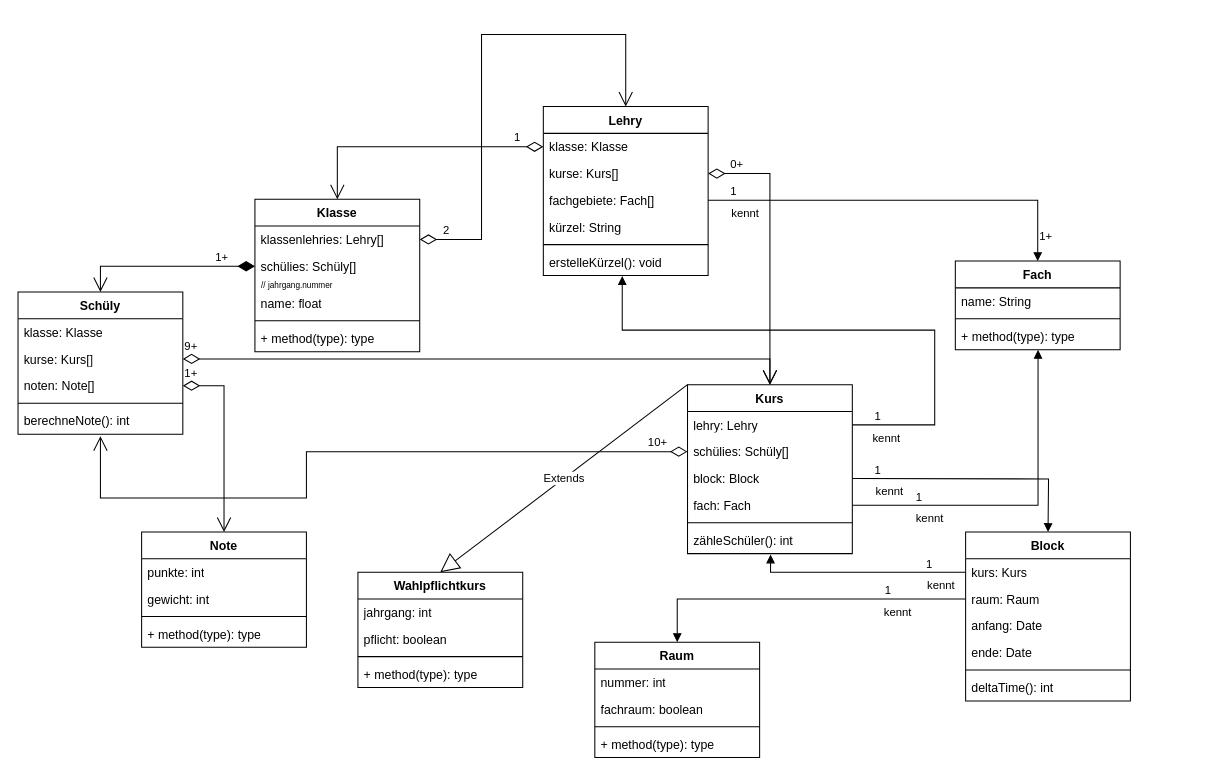
Before: InfoLK.drawio in CookieCenter/draw, a draw.io diagram. Source tidied: cells renumbered, new cells numbered last; positions are measured from the earlier drawing's top-left corner, leaving out a move shared by most shapes. Both pictures are drawn from the tidied source at 103%, with x=0, y=0 at pixel (18, 34).
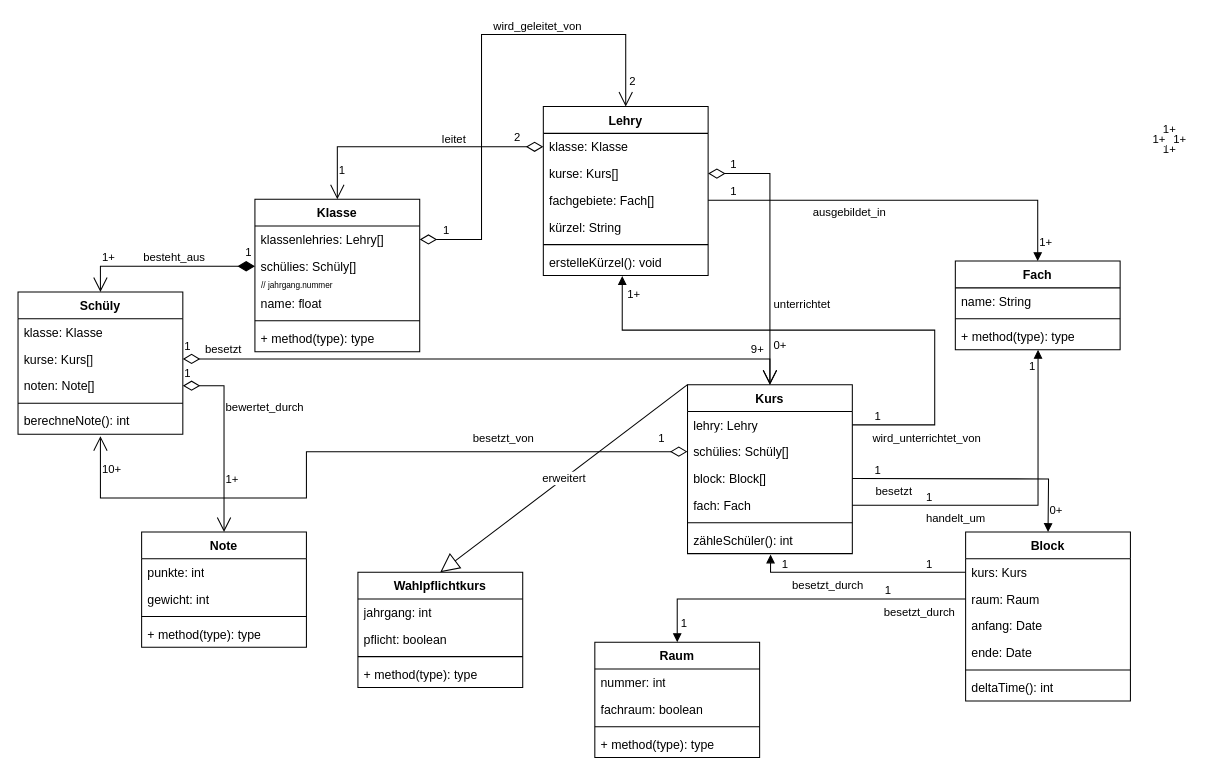
Above is the later version.

Unchanged cells that the change refers to:
```xml
<mxCell id="2" value="Schüly" style="swimlane;fontStyle=1;align=center;verticalAlign=top;horizontal=1;startSize=26;whiteSpace=wrap;html=1;" parent="1" vertex="1">
  <mxGeometry y="250" width="160" height="138" as="geometry" />
</mxCell>
<mxCell id="4" value="kurse: Kurs[]" style="text;strokeColor=none;fillColor=none;align=left;verticalAlign=top;spacingLeft=4;spacingRight=4;overflow=hidden;points=[[0,0.5],[1,0.5]];portConstraint=eastwest;whiteSpace=wrap;html=1;" parent="2" vertex="1">
  <mxGeometry y="52" width="160" height="26" as="geometry" />
</mxCell>
<mxCell id="5" value="noten: Note[]" style="text;strokeColor=none;fillColor=none;align=left;verticalAlign=top;spacingLeft=4;spacingRight=4;overflow=hidden;points=[[0,0.5],[1,0.5]];portConstraint=eastwest;whiteSpace=wrap;html=1;" parent="2" vertex="1">
  <mxGeometry y="78" width="160" height="26" as="geometry" />
</mxCell>
<mxCell id="7" value="berechneNote(): int" style="text;strokeColor=none;fillColor=none;align=left;verticalAlign=top;spacingLeft=4;spacingRight=4;overflow=hidden;points=[[0,0.5],[1,0.5]];portConstraint=eastwest;whiteSpace=wrap;html=1;" parent="2" vertex="1">
  <mxGeometry y="112" width="160" height="26" as="geometry" />
</mxCell>
<mxCell id="8" value="Lehry" style="swimlane;fontStyle=1;align=center;verticalAlign=top;horizontal=1;startSize=26;whiteSpace=wrap;html=1;" parent="1" vertex="1">
  <mxGeometry x="510" y="70" width="160" height="164" as="geometry" />
</mxCell>
<mxCell id="9" value="klasse: Klasse" style="text;strokeColor=none;fillColor=none;align=left;verticalAlign=top;spacingLeft=4;spacingRight=4;overflow=hidden;points=[[0,0.5],[1,0.5]];portConstraint=eastwest;whiteSpace=wrap;html=1;" parent="8" vertex="1">
  <mxGeometry y="26" width="160" height="26" as="geometry" />
</mxCell>
<mxCell id="10" value="kurse: Kurs[]" style="text;strokeColor=none;fillColor=none;align=left;verticalAlign=top;spacingLeft=4;spacingRight=4;overflow=hidden;points=[[0,0.5],[1,0.5]];portConstraint=eastwest;whiteSpace=wrap;html=1;" parent="8" vertex="1">
  <mxGeometry y="52" width="160" height="26" as="geometry" />
</mxCell>
<mxCell id="11" value="fachgebiete: Fach[]" style="text;strokeColor=none;fillColor=none;align=left;verticalAlign=top;spacingLeft=4;spacingRight=4;overflow=hidden;points=[[0,0.5],[1,0.5]];portConstraint=eastwest;whiteSpace=wrap;html=1;" parent="8" vertex="1">
  <mxGeometry y="78" width="160" height="26" as="geometry" />
</mxCell>
<mxCell id="14" value="erstelleKürzel(): void" style="text;strokeColor=none;fillColor=none;align=left;verticalAlign=top;spacingLeft=4;spacingRight=4;overflow=hidden;points=[[0,0.5],[1,0.5]];portConstraint=eastwest;whiteSpace=wrap;html=1;" parent="8" vertex="1">
  <mxGeometry y="138" width="160" height="26" as="geometry" />
</mxCell>
<mxCell id="15" value="Kurs" style="swimlane;fontStyle=1;align=center;verticalAlign=top;horizontal=1;startSize=26;whiteSpace=wrap;html=1;" parent="1" vertex="1">
  <mxGeometry x="650" y="340" width="160" height="164" as="geometry" />
</mxCell>
<mxCell id="16" value="&lt;div&gt;lehry: Lehry&lt;/div&gt;" style="text;strokeColor=none;fillColor=none;align=left;verticalAlign=top;spacingLeft=4;spacingRight=4;overflow=hidden;points=[[0,0.5],[1,0.5]];portConstraint=eastwest;whiteSpace=wrap;html=1;" parent="15" vertex="1">
  <mxGeometry y="26" width="160" height="26" as="geometry" />
</mxCell>
<mxCell id="17" value="schülies: Schüly[]" style="text;strokeColor=none;fillColor=none;align=left;verticalAlign=top;spacingLeft=4;spacingRight=4;overflow=hidden;points=[[0,0.5],[1,0.5]];portConstraint=eastwest;whiteSpace=wrap;html=1;" parent="15" vertex="1">
  <mxGeometry y="52" width="160" height="26" as="geometry" />
</mxCell>
<mxCell id="19" value="&lt;div&gt;fach: Fach&lt;/div&gt;&lt;div&gt;&lt;br&gt;&lt;/div&gt;" style="text;strokeColor=none;fillColor=none;align=left;verticalAlign=top;spacingLeft=4;spacingRight=4;overflow=hidden;points=[[0,0.5],[1,0.5]];portConstraint=eastwest;whiteSpace=wrap;html=1;" parent="15" vertex="1">
  <mxGeometry y="104" width="160" height="26" as="geometry" />
</mxCell>
<mxCell id="21" value="zähleSchüler(): int" style="text;strokeColor=none;fillColor=none;align=left;verticalAlign=top;spacingLeft=4;spacingRight=4;overflow=hidden;points=[[0,0.5],[1,0.5]];portConstraint=eastwest;whiteSpace=wrap;html=1;" parent="15" vertex="1">
  <mxGeometry y="138" width="160" height="26" as="geometry" />
</mxCell>
<mxCell id="22" value="Klasse" style="swimlane;fontStyle=1;align=center;verticalAlign=top;horizontal=1;startSize=26;whiteSpace=wrap;html=1;" parent="1" vertex="1">
  <mxGeometry x="230" y="160" width="160" height="148" as="geometry" />
</mxCell>
<mxCell id="23" value="&lt;div&gt;klassenlehries: Lehry[]&lt;/div&gt;&lt;div&gt;&lt;br&gt;&lt;/div&gt;" style="text;strokeColor=none;fillColor=none;align=left;verticalAlign=top;spacingLeft=4;spacingRight=4;overflow=hidden;points=[[0,0.5],[1,0.5]];portConstraint=eastwest;whiteSpace=wrap;html=1;" parent="22" vertex="1">
  <mxGeometry y="26" width="160" height="26" as="geometry" />
</mxCell>
<mxCell id="24" value="schülies: Schüly[]" style="text;strokeColor=none;fillColor=none;align=left;verticalAlign=top;spacingLeft=4;spacingRight=4;overflow=hidden;points=[[0,0.5],[1,0.5]];portConstraint=eastwest;whiteSpace=wrap;html=1;" parent="22" vertex="1">
  <mxGeometry y="52" width="160" height="26" as="geometry" />
</mxCell>
<mxCell id="29" value="Wahlpflichtkurs" style="swimlane;fontStyle=1;align=center;verticalAlign=top;horizontal=1;startSize=26;whiteSpace=wrap;html=1;" parent="1" vertex="1">
  <mxGeometry x="330" y="522" width="160" height="112" as="geometry" />
</mxCell>
<mxCell id="35" value="kurs: Kurs" style="text;strokeColor=none;fillColor=none;align=left;verticalAlign=top;spacingLeft=4;spacingRight=4;overflow=hidden;points=[[0,0.5],[1,0.5]];portConstraint=eastwest;whiteSpace=wrap;html=1;" parent="34" vertex="1">
  <mxGeometry y="26" width="160" height="26" as="geometry" />
</mxCell>
<mxCell id="36" value="raum: Raum" style="text;strokeColor=none;fillColor=none;align=left;verticalAlign=top;spacingLeft=4;spacingRight=4;overflow=hidden;points=[[0,0.5],[1,0.5]];portConstraint=eastwest;whiteSpace=wrap;html=1;" parent="34" vertex="1">
  <mxGeometry y="52" width="160" height="26" as="geometry" />
</mxCell>
<mxCell id="41" value="Raum" style="swimlane;fontStyle=1;align=center;verticalAlign=top;horizontal=1;startSize=26;whiteSpace=wrap;html=1;" parent="1" vertex="1">
  <mxGeometry x="560" y="590" width="160" height="112" as="geometry" />
</mxCell>
<mxCell id="46" value="Note" style="swimlane;fontStyle=1;align=center;verticalAlign=top;horizontal=1;startSize=26;whiteSpace=wrap;html=1;" parent="1" vertex="1">
  <mxGeometry x="120" y="483" width="160" height="112" as="geometry" />
</mxCell>
<mxCell id="60" value="Fach" style="swimlane;fontStyle=1;align=center;verticalAlign=top;horizontal=1;startSize=26;whiteSpace=wrap;html=1;" parent="1" vertex="1">
  <mxGeometry x="910" y="220" width="160" height="86" as="geometry" />
</mxCell>
<mxCell id="63" value="+ method(type): type" style="text;strokeColor=none;fillColor=none;align=left;verticalAlign=top;spacingLeft=4;spacingRight=4;overflow=hidden;points=[[0,0.5],[1,0.5]];portConstraint=eastwest;whiteSpace=wrap;html=1;" parent="60" vertex="1">
  <mxGeometry y="60" width="160" height="26" as="geometry" />
</mxCell>
```

Diff of the diagram source:
```diff
@@
-    <mxCell id="18" value="block: Block" style="text;strokeColor=none;fillColor=none;align=left;verticalAlign=top;spacingLeft=4;spacingRight=4;overflow=hidden;whiteSpace=wrap;html=1;" parent="15" vertex="1">
+    <mxCell id="18" value="block: Block[]" style="text;strokeColor=none;fillColor=none;align=left;verticalAlign=top;spacingLeft=4;spacingRight=4;overflow=hidden;whiteSpace=wrap;html=1;" parent="15" vertex="1">
       <mxGeometry y="78" width="160" height="26" as="geometry" />
     </mxCell>
@@
-    <mxCell id="51" value="0+" style="endArrow=open;html=1;endSize=12;startArrow=diamondThin;startSize=14;startFill=0;edgeStyle=orthogonalEdgeStyle;align=left;verticalAlign=bottom;rounded=0;exitX=1;exitY=0.5;exitDx=0;exitDy=0;" parent="1" edge="1" source="10" target="15">
+    <mxCell id="51" value="1" style="endArrow=open;html=1;endSize=12;startArrow=diamondThin;startSize=14;startFill=0;edgeStyle=orthogonalEdgeStyle;align=left;verticalAlign=bottom;exitX=1;exitY=0.5;exitDx=0;exitDy=0;shadow=0;rounded=0;" parent="1" edge="1" source="10" target="15">
       <mxGeometry x="-0.85" relative="1" as="geometry" />
     </mxCell>
-    <mxCell id="52" value="9+" style="endArrow=open;html=1;endSize=12;startArrow=diamondThin;startSize=14;startFill=0;edgeStyle=orthogonalEdgeStyle;align=left;verticalAlign=bottom;rounded=0;entryX=0.5;entryY=0;entryDx=0;entryDy=0;" parent="1" edge="1" source="4" target="15">
-      <mxGeometry x="-1" y="3" relative="1" as="geometry" />
+    <mxCell id="52" value="9+" style="endArrow=open;html=1;endSize=12;startArrow=diamondThin;startSize=14;startFill=0;edgeStyle=orthogonalEdgeStyle;align=left;verticalAlign=bottom;rounded=0;entryX=0.5;entryY=0;entryDx=0;entryDy=0;strokeColor=default;" parent="1" edge="1" source="4" target="15">
+      <mxGeometry x="0.85" relative="1" as="geometry" />
     </mxCell>
-    <mxCell id="53" value="1+" style="endArrow=open;html=1;endSize=12;startArrow=diamondThin;startSize=14;startFill=0;edgeStyle=orthogonalEdgeStyle;align=left;verticalAlign=bottom;rounded=0;exitX=1;exitY=0.5;exitDx=0;exitDy=0;entryX=0.5;entryY=0;entryDx=0;entryDy=0;" parent="1" edge="1" source="5" target="46">
+    <mxCell id="53" value="1" style="endArrow=open;html=1;endSize=12;startArrow=diamondThin;startSize=14;startFill=0;edgeStyle=orthogonalEdgeStyle;align=left;verticalAlign=bottom;rounded=0;exitX=1;exitY=0.5;exitDx=0;exitDy=0;entryX=0.5;entryY=0;entryDx=0;entryDy=0;" parent="1" edge="1" source="5" target="46">
       <mxGeometry x="-1" y="3" relative="1" as="geometry" />
     </mxCell>
     <mxCell id="54" value="1+" style="endArrow=open;html=1;endSize=12;startArrow=diamondThin;startSize=14;startFill=1;edgeStyle=orthogonalEdgeStyle;align=left;verticalAlign=bottom;rounded=0;exitX=0;exitY=0.5;exitDx=0;exitDy=0;" parent="1" edge="1" source="24" target="2">
-      <mxGeometry x="-0.54" relative="1" as="geometry" />
+      <mxGeometry x="0.71" relative="1" as="geometry" />
     </mxCell>
-    <mxCell id="55" value="Extends" style="endArrow=block;endSize=16;endFill=0;html=1;rounded=0;exitX=0;exitY=0;exitDx=0;exitDy=0;entryX=0.5;entryY=0;entryDx=0;entryDy=0;" parent="1" edge="1" source="15" target="29">
+    <mxCell id="55" value="erweitert" style="endArrow=block;endSize=16;endFill=0;html=1;rounded=0;exitX=0;exitY=0;exitDx=0;exitDy=0;entryX=0.5;entryY=0;entryDx=0;entryDy=0;" parent="1" edge="1" source="15" target="29">
       <mxGeometry relative="1" as="geometry" />
     </mxCell>
-    <mxCell id="56" value="kennt" style="endArrow=block;endFill=1;html=1;edgeStyle=orthogonalEdgeStyle;align=left;verticalAlign=top;rounded=0;exitX=0;exitY=0.5;exitDx=0;exitDy=0;entryX=0.504;entryY=1.033;entryDx=0;entryDy=0;entryPerimeter=0;" parent="1" edge="1" source="35" target="21">
-      <mxGeometry x="-0.62" relative="1" as="geometry" />
+    <mxCell id="56" value="besetzt_durch" style="endArrow=block;endFill=1;html=1;edgeStyle=orthogonalEdgeStyle;align=left;verticalAlign=top;rounded=0;exitX=0;exitY=0.5;exitDx=0;exitDy=0;entryX=0.504;entryY=1.033;entryDx=0;entryDy=0;entryPerimeter=0;" parent="1" edge="1" source="35" target="21">
+      <mxGeometry x="0.65" relative="1" as="geometry" />
     </mxCell>
@@
+    <mxCell id="76" value="1" style="edgeLabel;html=1;align=left;verticalAlign=bottom;spacingBottom=-2;" parent="56" vertex="1">
+      <mxGeometry x="-1" relative="1" as="geometry">
+        <mxPoint x="-180" y="-2" as="offset" />
+      </mxGeometry>
+    </mxCell>
-    <mxCell id="58" value="kennt" style="endArrow=block;endFill=1;html=1;edgeStyle=orthogonalEdgeStyle;align=left;verticalAlign=top;rounded=0;exitX=0;exitY=0.5;exitDx=0;exitDy=0;" parent="1" edge="1" source="36" target="41">
+    <mxCell id="58" value="besetzt_durch" style="endArrow=block;endFill=1;html=1;edgeStyle=orthogonalEdgeStyle;align=left;verticalAlign=top;rounded=0;exitX=0;exitY=0.5;exitDx=0;exitDy=0;" parent="1" edge="1" source="36" target="41">
       <mxGeometry x="-0.5" relative="1" as="geometry" />
     </mxCell>
@@
+    <mxCell id="77" value="1" style="edgeLabel;html=1;align=left;verticalAlign=bottom;spacingLeft=2;" parent="58" vertex="1">
+      <mxGeometry x="-1" relative="1" as="geometry">
+        <mxPoint x="-280" y="32" as="offset" />
+      </mxGeometry>
+    </mxCell>
@@
-    <mxCell id="64" value="kennt" style="endArrow=block;endFill=1;html=1;edgeStyle=orthogonalEdgeStyle;align=left;verticalAlign=top;rounded=0;exitX=1;exitY=0.5;exitDx=0;exitDy=0;entryX=0.502;entryY=1.006;entryDx=0;entryDy=0;entryPerimeter=0;" parent="1" edge="1" source="19" target="63">
-      <mxGeometry x="-0.64" relative="1" as="geometry" />
+    <mxCell id="64" value="handelt_um" style="endArrow=block;endFill=1;html=1;edgeStyle=orthogonalEdgeStyle;align=left;verticalAlign=top;rounded=0;exitX=1;exitY=0.5;exitDx=0;exitDy=0;entryX=0.502;entryY=1.006;entryDx=0;entryDy=0;entryPerimeter=0;" parent="1" edge="1" source="19" target="63">
+      <mxGeometry x="-0.58" relative="1" as="geometry" />
     </mxCell>
     <mxCell id="65" value="1" style="edgeLabel;html=1;align=left;verticalAlign=bottom;" parent="64" vertex="1">
       <mxGeometry x="-1" relative="1" as="geometry">
-        <mxPoint x="60" as="offset" />
+        <mxPoint x="70" as="offset" />
       </mxGeometry>
     </mxCell>
-    <mxCell id="66" value="kennt" style="endArrow=block;endFill=1;html=1;edgeStyle=orthogonalEdgeStyle;align=left;verticalAlign=top;rounded=0;exitX=1;exitY=0.5;exitDx=0;exitDy=0;" parent="1" edge="1">
+    <mxCell id="66" value="besetzt" style="endArrow=block;endFill=1;html=1;edgeStyle=orthogonalEdgeStyle;align=left;verticalAlign=top;rounded=0;exitX=1;exitY=0.5;exitDx=0;exitDy=0;" parent="1" edge="1">
       <mxGeometry x="-0.83" relative="1" as="geometry">
         <mxPoint x="810" y="431" as="sourcePoint" />
         <mxPoint x="1000" y="483" as="targetPoint" />
       </mxGeometry>
     </mxCell>
@@
-    <mxCell id="68" value="kennt" style="endArrow=block;endFill=1;html=1;edgeStyle=orthogonalEdgeStyle;align=left;verticalAlign=top;rounded=0;exitX=1;exitY=0.5;exitDx=0;exitDy=0;" parent="1" edge="1" source="11" target="60">
-      <mxGeometry x="-0.89" relative="1" as="geometry" />
+    <mxCell id="68" value="&lt;div&gt;ausgebildet_in&lt;/div&gt;" style="endArrow=block;endFill=1;html=1;edgeStyle=orthogonalEdgeStyle;align=left;verticalAlign=top;rounded=0;exitX=1;exitY=0.5;exitDx=0;exitDy=0;" parent="1" edge="1" source="11" target="60">
+      <mxGeometry x="-0.47" y="1" relative="1" as="geometry" />
     </mxCell>
-    <mxCell id="69" value="1+" style="edgeLabel;html=1;align=left;verticalAlign=bottom;" parent="68" vertex="1">
+    <mxCell id="69" value="leitet" style="edgeLabel;html=1;align=left;verticalAlign=bottom;" parent="68" vertex="1">
       <mxGeometry x="-1" relative="1" as="geometry">
-        <mxPoint x="320" y="43" as="offset" />
+        <mxPoint x="-260" y="-51" as="offset" />
       </mxGeometry>
     </mxCell>
@@
+    <mxCell id="78" value="1+" style="edgeLabel;html=1;align=left;verticalAlign=bottom;" parent="68" vertex="1">
+      <mxGeometry x="-1" relative="1" as="geometry">
+        <mxPoint x="320" y="49" as="offset" />
+      </mxGeometry>
+    </mxCell>
+    <mxCell id="79" value="0+" style="edgeLabel;html=1;align=left;verticalAlign=bottom;spacingLeft=2;" parent="68" vertex="1">
+      <mxGeometry x="-1" relative="1" as="geometry">
+        <mxPoint x="60" y="149" as="offset" />
+      </mxGeometry>
+    </mxCell>
+    <mxCell id="80" value="wird_geleitet_von" style="edgeLabel;html=1;align=left;verticalAlign=bottom;" parent="68" vertex="1">
+      <mxGeometry x="-1" relative="1" as="geometry">
+        <mxPoint x="-210" y="-161" as="offset" />
+      </mxGeometry>
+    </mxCell>
+    <mxCell id="81" value="2" style="edgeLabel;html=1;align=left;verticalAlign=bottom;spacingLeft=2;spacingBottom=-4;" parent="68" vertex="1">
+      <mxGeometry x="-1" relative="1" as="geometry">
+        <mxPoint x="-80" y="-111" as="offset" />
+      </mxGeometry>
+    </mxCell>
+    <mxCell id="82" value="1+" style="edgeLabel;html=1;align=left;verticalAlign=bottom;" parent="68" vertex="1">
+      <mxGeometry x="-1" relative="1" as="geometry">
+        <mxPoint x="440" y="-61" as="offset" />
+      </mxGeometry>
+    </mxCell>
+    <mxCell id="83" value="1+" style="edgeLabel;html=1;align=left;verticalAlign=bottom;" parent="68" vertex="1">
+      <mxGeometry x="-1" relative="1" as="geometry">
+        <mxPoint x="450" y="-51" as="offset" />
+      </mxGeometry>
+    </mxCell>
+    <mxCell id="84" value="besetzt" style="edgeLabel;html=1;align=left;verticalAlign=bottom;spacingLeft=0;spacingBottom=-4;" parent="68" vertex="1">
+      <mxGeometry x="-1" relative="1" as="geometry">
+        <mxPoint x="-490" y="149" as="offset" />
+      </mxGeometry>
+    </mxCell>
+    <mxCell id="85" value="1+" style="edgeLabel;html=1;align=left;verticalAlign=bottom;" parent="68" vertex="1">
+      <mxGeometry x="-1" relative="1" as="geometry">
+        <mxPoint x="440" y="-41" as="offset" />
+      </mxGeometry>
+    </mxCell>
+    <mxCell id="86" value="1+" style="edgeLabel;html=1;align=left;verticalAlign=bottom;" parent="68" vertex="1">
+      <mxGeometry x="-1" relative="1" as="geometry">
+        <mxPoint x="430" y="-51" as="offset" />
+      </mxGeometry>
+    </mxCell>
+    <mxCell id="87" value="1" style="edgeLabel;html=1;align=left;verticalAlign=bottom;" parent="68" vertex="1">
+      <mxGeometry x="-1" relative="1" as="geometry">
+        <mxPoint x="-360" y="-21" as="offset" />
+      </mxGeometry>
+    </mxCell>
+    <mxCell id="88" value="1+" style="edgeLabel;html=1;align=left;verticalAlign=bottom;" parent="68" vertex="1">
+      <mxGeometry x="-1" relative="1" as="geometry">
+        <mxPoint x="-80" y="99" as="offset" />
+      </mxGeometry>
+    </mxCell>
+    <mxCell id="89" value="1" style="edgeLabel;html=1;align=left;verticalAlign=bottom;spacingBottom=-1;" parent="68" vertex="1">
+      <mxGeometry x="-1" relative="1" as="geometry">
+        <mxPoint x="-510" y="149" as="offset" />
+      </mxGeometry>
+    </mxCell>
+    <mxCell id="90" value="besteht_aus" style="edgeLabel;html=1;align=left;verticalAlign=bottom;spacingBottom=-4;" parent="68" vertex="1">
+      <mxGeometry x="-1" relative="1" as="geometry">
+        <mxPoint x="-550" y="59" as="offset" />
+      </mxGeometry>
+    </mxCell>
+    <mxCell id="91" value="&lt;div&gt;0+&lt;/div&gt;" style="edgeLabel;html=1;align=left;verticalAlign=bottom;" parent="68" vertex="1">
+      <mxGeometry x="-1" relative="1" as="geometry">
+        <mxPoint x="330" y="309" as="offset" />
+      </mxGeometry>
+    </mxCell>
+    <mxCell id="92" value="1" style="edgeLabel;html=1;align=left;verticalAlign=bottom;" parent="68" vertex="1">
+      <mxGeometry x="-1" relative="1" as="geometry">
+        <mxPoint x="310" y="169" as="offset" />
+      </mxGeometry>
+    </mxCell>
+    <mxCell id="93" value="&lt;div&gt;besetzt_von&lt;/div&gt;" style="edgeLabel;html=1;align=left;verticalAlign=bottom;" parent="68" vertex="1">
+      <mxGeometry x="-1" relative="1" as="geometry">
+        <mxPoint x="-230" y="239" as="offset" />
+      </mxGeometry>
+    </mxCell>
+    <mxCell id="94" value="unterrichtet" style="edgeLabel;html=1;align=left;verticalAlign=bottom;spacingLeft=2;" parent="68" vertex="1">
+      <mxGeometry x="-1" relative="1" as="geometry">
+        <mxPoint x="60" y="109" as="offset" />
+      </mxGeometry>
+    </mxCell>
+    <mxCell id="95" value="1+" style="edgeLabel;html=1;align=left;verticalAlign=bottom;" parent="68" vertex="1">
+      <mxGeometry x="-1" relative="1" as="geometry">
+        <mxPoint x="-470" y="279" as="offset" />
+      </mxGeometry>
+    </mxCell>
+    <mxCell id="96" value="1" style="edgeLabel;html=1;align=left;verticalAlign=bottom;" parent="68" vertex="1">
+      <mxGeometry x="-1" relative="1" as="geometry">
+        <mxPoint x="-50" y="239" as="offset" />
+      </mxGeometry>
+    </mxCell>
+    <mxCell id="97" value="bewertet_durch" style="edgeLabel;html=1;align=left;verticalAlign=bottom;" parent="68" vertex="1">
+      <mxGeometry x="-1" relative="1" as="geometry">
+        <mxPoint x="-470" y="209" as="offset" />
+      </mxGeometry>
+    </mxCell>
+    <mxCell id="98" value="1" style="edgeLabel;html=1;align=left;verticalAlign=bottom;spacingBottom=0;spacingLeft=-1;" parent="68" vertex="1">
+      <mxGeometry x="-1" relative="1" as="geometry">
+        <mxPoint x="-450" y="59" as="offset" />
+      </mxGeometry>
+    </mxCell>
     <mxCell id="71" value="10+" style="endArrow=open;html=1;endSize=12;startArrow=diamondThin;startSize=14;startFill=0;edgeStyle=orthogonalEdgeStyle;align=left;verticalAlign=bottom;rounded=0;exitX=0;exitY=0.5;exitDx=0;exitDy=0;entryX=0.5;entryY=1.077;entryDx=0;entryDy=0;entryPerimeter=0;" parent="1" edge="1" source="17" target="7">
-      <mxGeometry x="-0.88" relative="1" as="geometry">
+      <mxGeometry x="0.88" relative="1" as="geometry">
         <Array as="points">
           <mxPoint x="280" y="405" />
           <mxPoint x="280" y="450" />
           <mxPoint x="80" y="450" />
         </Array>
       </mxGeometry>
     </mxCell>
-    <mxCell id="72" value="&lt;div&gt;kennt&lt;/div&gt;" style="endArrow=block;endFill=1;html=1;edgeStyle=orthogonalEdgeStyle;align=left;verticalAlign=top;rounded=0;exitX=1;exitY=0.5;exitDx=0;exitDy=0;entryX=0.479;entryY=1.022;entryDx=0;entryDy=0;entryPerimeter=0;" parent="1" edge="1" source="16" target="14">
+    <mxCell id="72" value="wird_unterrichtet_von" style="endArrow=block;endFill=1;html=1;edgeStyle=orthogonalEdgeStyle;align=left;verticalAlign=top;rounded=0;exitX=1;exitY=0.5;exitDx=0;exitDy=0;entryX=0.479;entryY=1.022;entryDx=0;entryDy=0;entryPerimeter=0;" parent="1" edge="1" source="16" target="14">
       <mxGeometry x="-0.93" relative="1" as="geometry">
         <Array as="points">
           <mxPoint x="890" y="379" />
           <mxPoint x="890" y="287" />
           <mxPoint x="587" y="287" />
         </Array>
       </mxGeometry>
     </mxCell>
@@
-    <mxCell id="74" value="2" style="endArrow=open;html=1;endSize=12;startArrow=diamondThin;startSize=14;startFill=0;edgeStyle=orthogonalEdgeStyle;align=left;verticalAlign=bottom;rounded=0;exitX=1;exitY=0.5;exitDx=0;exitDy=0;entryX=0.5;entryY=0;entryDx=0;entryDy=0;" parent="1" edge="1" source="23" target="8">
+    <mxCell id="74" value="1" style="endArrow=open;html=1;endSize=12;startArrow=diamondThin;startSize=14;startFill=0;edgeStyle=orthogonalEdgeStyle;align=left;verticalAlign=bottom;rounded=0;exitX=1;exitY=0.5;exitDx=0;exitDy=0;entryX=0.5;entryY=0;entryDx=0;entryDy=0;" parent="1" edge="1" source="23" target="8">
       <mxGeometry x="-0.91" relative="1" as="geometry">
         <Array as="points">
           <mxPoint x="450" y="199" />
           <mxPoint x="450" />
           <mxPoint x="590" />
         </Array>
       </mxGeometry>
     </mxCell>
-    <mxCell id="75" value="1" style="endArrow=open;html=1;endSize=12;startArrow=diamondThin;startSize=14;startFill=0;edgeStyle=orthogonalEdgeStyle;align=left;verticalAlign=bottom;rounded=0;entryX=0.5;entryY=0;entryDx=0;entryDy=0;" parent="1" edge="1" source="9" target="22">
+    <mxCell id="75" value="2" style="endArrow=open;html=1;endSize=12;startArrow=diamondThin;startSize=14;startFill=0;edgeStyle=orthogonalEdgeStyle;align=left;verticalAlign=bottom;rounded=0;entryX=0.5;entryY=0;entryDx=0;entryDy=0;" parent="1" edge="1" source="9" target="22">
       <mxGeometry x="-0.76" relative="1" as="geometry" />
     </mxCell>
```
